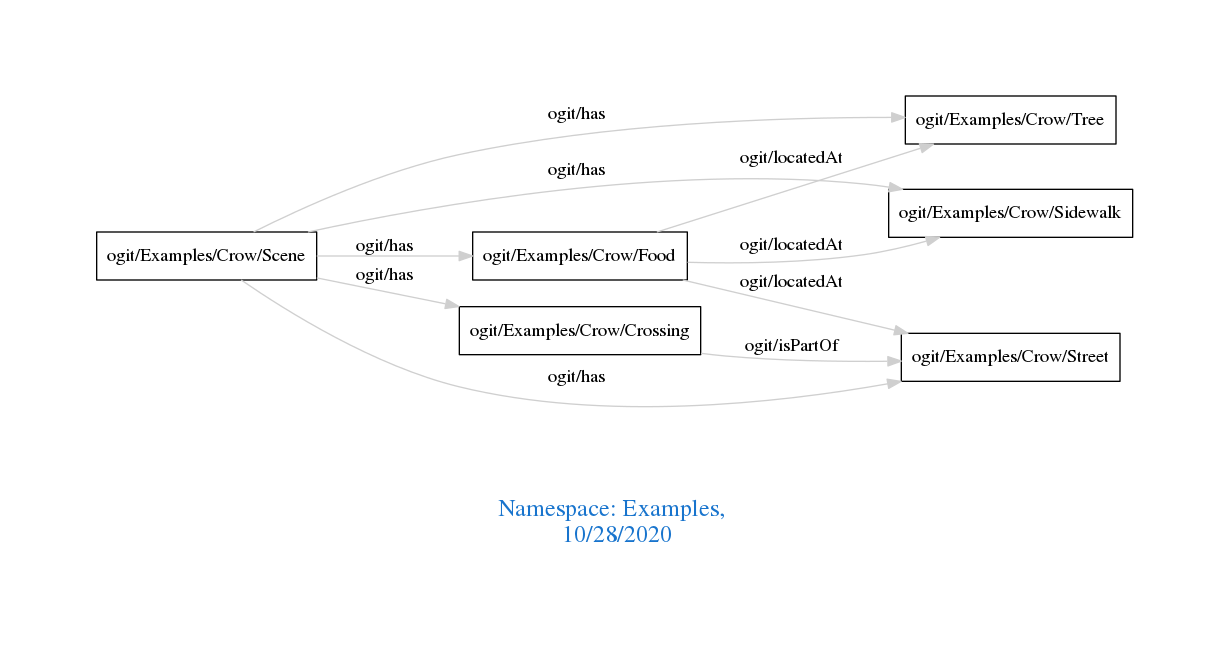
Above: downloads/Examples.png in arago/OGIT (Graphviz), before the change. Its source is kept beside it as downloads/Examples.dot.
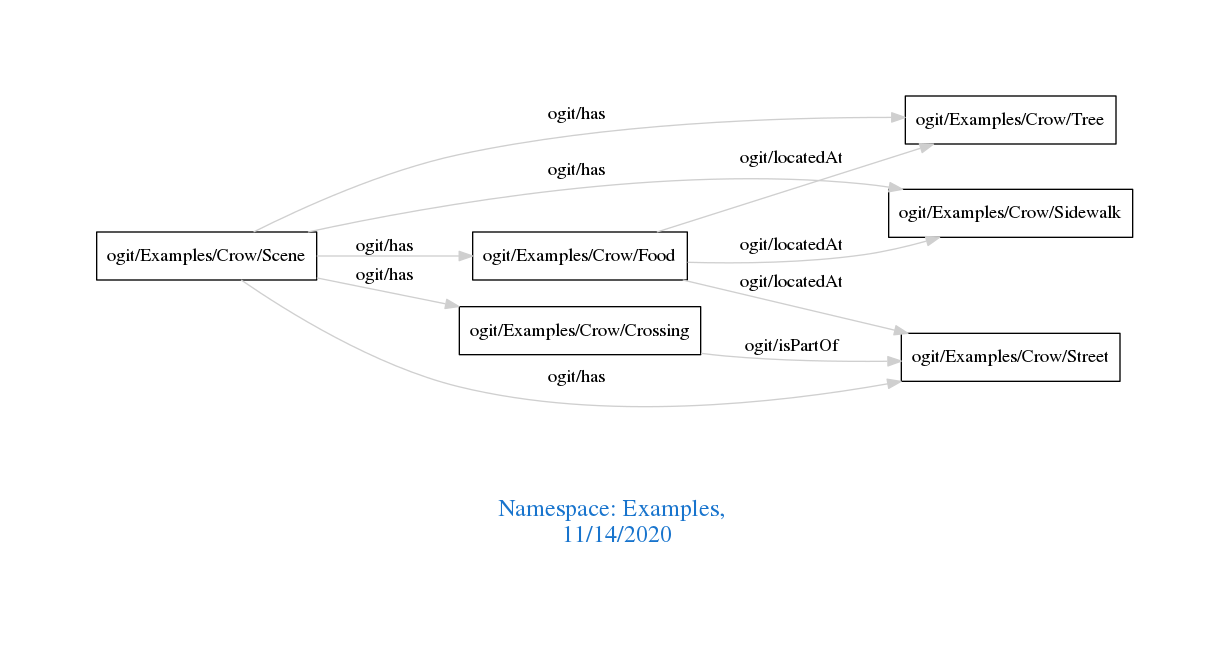
After the commit.

What changed in the source:
```diff
@@ -1,7 +1,7 @@
 digraph OGIT_ontology {
  graph [ rankdir= LR,pad=1
 fontsize = 18,
-fontcolor= dodgerblue3,label = "\n\n\nNamespace: Examples, \n 10/28/2020"];
+fontcolor= dodgerblue3,label = "\n\n\nNamespace: Examples, \n 11/14/2020"];
 node[shape=polygon];
 edge [  color="gray81"];
 
```
